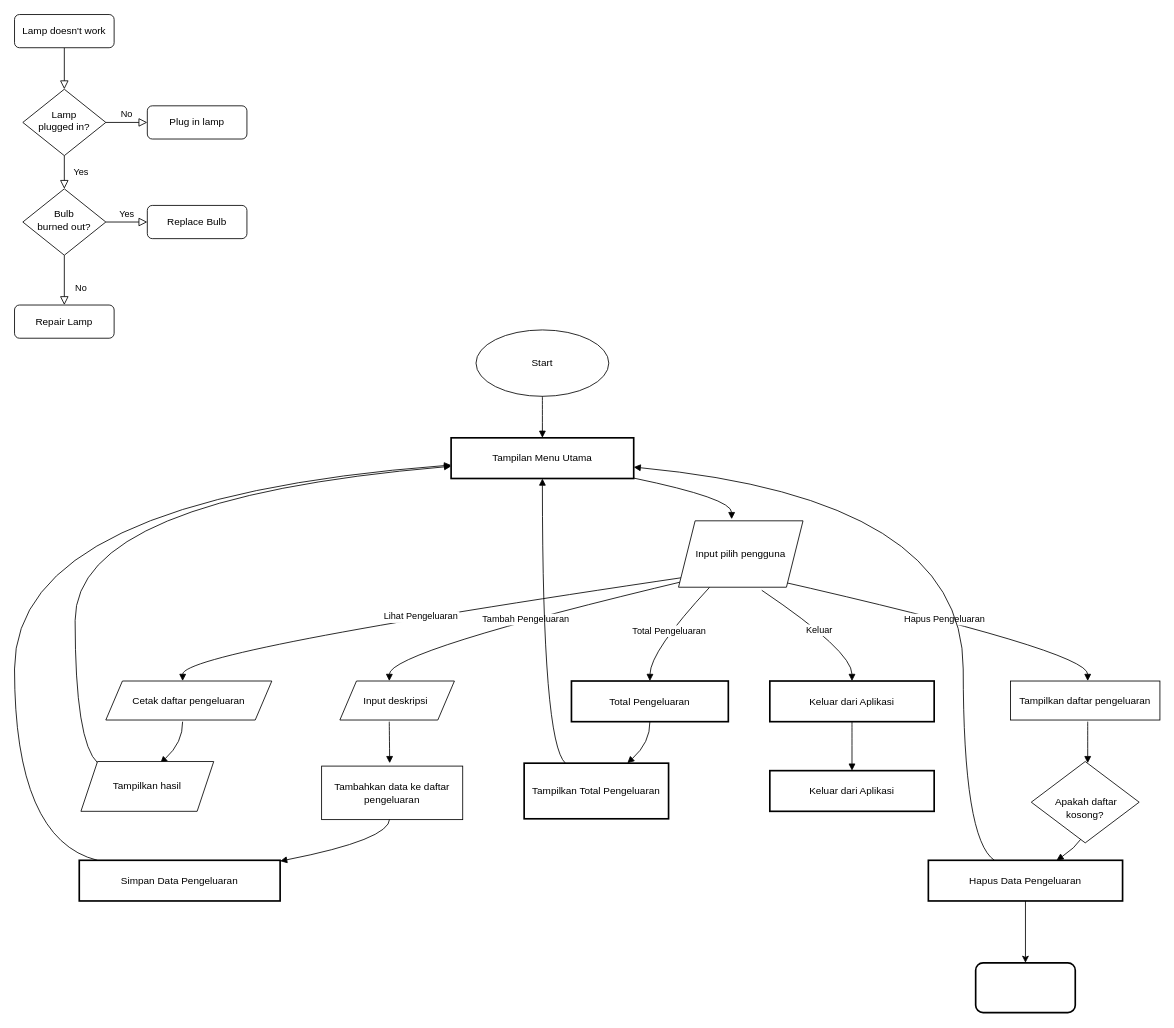
Above: Untitled Diagram.drawio in mutiii-star/Projek-OOP (draw.io), before the change. Source tidied: cells renumbered, new cells numbered last; positions are measured from the earlier drawing's top-left corner, leaving out a move shared by most shapes. Both pictures are drawn from the tidied source at 83%, with x=0, y=0 at pixel (14, 14).
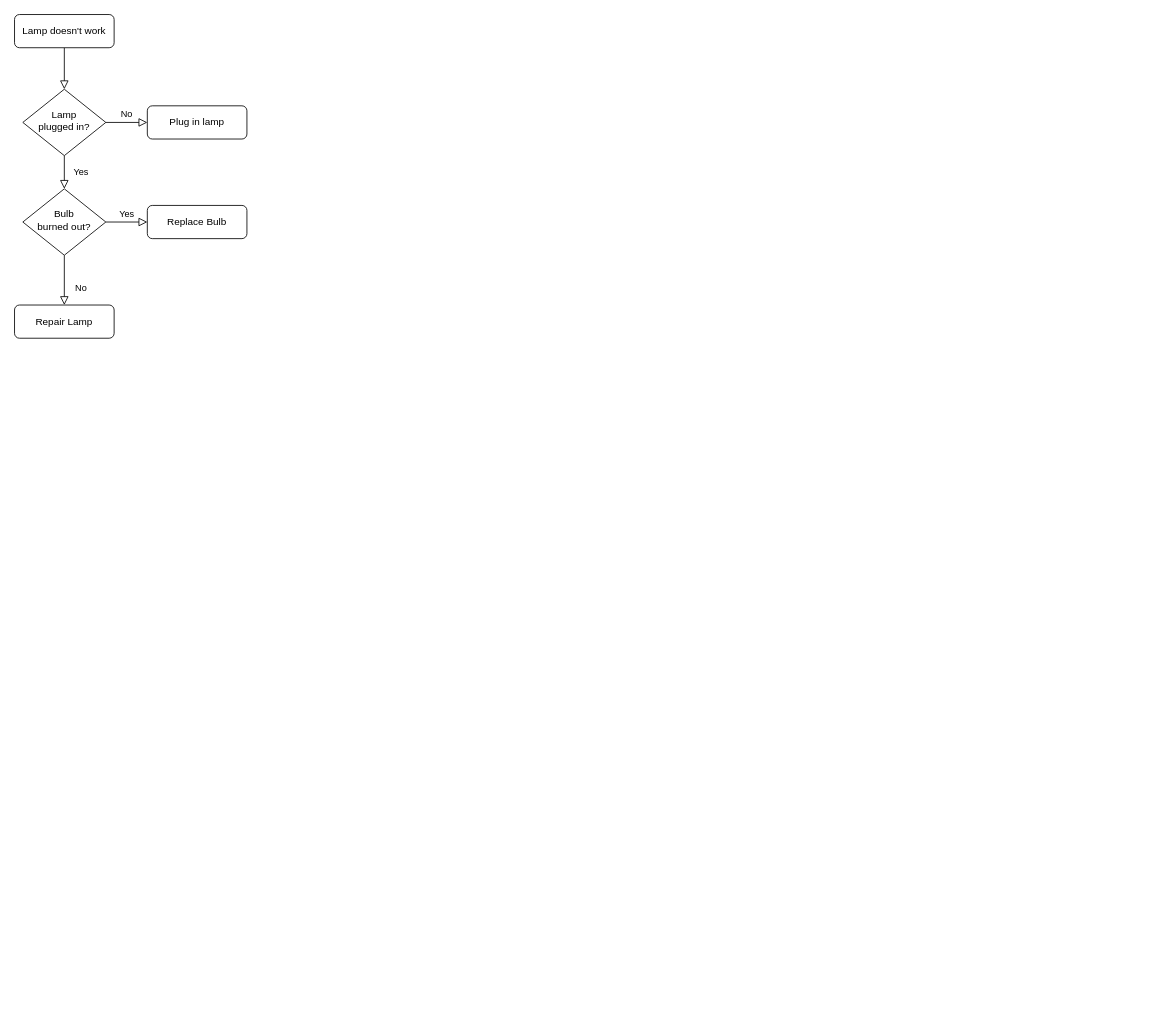
After the change.

What changed in the source:
```diff
@@
-    <mxCell id="13" value="Tampilan Menu Utama" style="whiteSpace=wrap;strokeWidth=2;" parent="1" vertex="1">
-      <mxGeometry x="526" y="510" width="220" height="49" as="geometry" />
-    </mxCell>
-    <mxCell id="14" value="Total Pengeluaran" style="whiteSpace=wrap;strokeWidth=2;" parent="1" vertex="1">
-      <mxGeometry x="671" y="803" width="189" height="49" as="geometry" />
-    </mxCell>
-    <mxCell id="15" value="Keluar dari Aplikasi" style="whiteSpace=wrap;strokeWidth=2;" parent="1" vertex="1">
-      <mxGeometry x="910" y="803" width="198" height="49" as="geometry" />
-    </mxCell>
-    <mxCell id="16" value="Simpan Data Pengeluaran" style="whiteSpace=wrap;strokeWidth=2;" parent="1" vertex="1">
-      <mxGeometry x="78" y="1019" width="242" height="49" as="geometry" />
-    </mxCell>
-    <mxCell id="17" style="edgeStyle=orthogonalEdgeStyle;rounded=0;jettySize=auto;html=1;" parent="1" edge="1" source="18" target="47">
-      <mxGeometry relative="1" as="geometry" />
-    </mxCell>
-    <mxCell id="18" value="Hapus Data Pengeluaran" style="whiteSpace=wrap;strokeWidth=2;" parent="1" vertex="1">
-      <mxGeometry x="1101" y="1019" width="234" height="49" as="geometry" />
-    </mxCell>
-    <mxCell id="19" value="Tampilkan Total Pengeluaran" style="whiteSpace=wrap;strokeWidth=2;" parent="1" vertex="1">
-      <mxGeometry x="614" y="902" width="174" height="67" as="geometry" />
-    </mxCell>
-    <mxCell id="20" value="Keluar dari Aplikasi" style="whiteSpace=wrap;strokeWidth=2;" parent="1" vertex="1">
-      <mxGeometry x="910" y="911" width="198" height="49" as="geometry" />
-    </mxCell>
-    <mxCell id="21" style="curved=1;startArrow=none;endArrow=block;exitX=0.5;exitY=1;entryX=0.5;entryY=0;rounded=0;" parent="1" edge="1" target="13">
-      <mxGeometry relative="1" as="geometry">
-        <mxPoint x="636" y="459" as="sourcePoint" />
-      </mxGeometry>
-    </mxCell>
-    <mxCell id="22" style="curved=1;startArrow=none;endArrow=block;exitX=1;exitY=0.99;entryX=0.5;entryY=0;rounded=0;" parent="1" edge="1" source="13">
-      <mxGeometry relative="1" as="geometry">
-        <mxPoint x="864" y="608" as="targetPoint" />
-        <Array as="points">
-          <mxPoint x="864" y="583" />
-        </Array>
-      </mxGeometry>
-    </mxCell>
-    <mxCell id="23" value="Tambah Pengeluaran" style="curved=1;startArrow=none;endArrow=block;exitX=0;exitY=0.62;entryX=0.5;entryY=0.01;rounded=0;" parent="1" edge="1">
-      <mxGeometry relative="1" as="geometry">
-        <mxPoint x="814.8" y="680.8" as="sourcePoint" />
-        <mxPoint x="451.5" y="803" as="targetPoint" />
-        <Array as="points">
-          <mxPoint x="452" y="767" />
-        </Array>
-      </mxGeometry>
-    </mxCell>
-    <mxCell id="24" value="Lihat Pengeluaran" style="curved=1;startArrow=none;endArrow=block;exitX=0;exitY=0.58;entryX=0.5;entryY=0.01;rounded=0;" parent="1" edge="1">
-      <mxGeometry relative="1" as="geometry">
-        <mxPoint x="811.4" y="677.4" as="sourcePoint" />
-        <mxPoint x="202.5" y="803" as="targetPoint" />
-        <Array as="points">
-          <mxPoint x="203" y="767" />
-        </Array>
-      </mxGeometry>
-    </mxCell>
-    <mxCell id="25" value="Hapus Pengeluaran" style="curved=1;startArrow=none;endArrow=block;exitX=1;exitY=0.62;entryX=0.5;entryY=0.01;rounded=0;" parent="1" edge="1">
-      <mxGeometry relative="1" as="geometry">
-        <mxPoint x="913.2" y="680.8" as="sourcePoint" />
-        <mxPoint x="1293" y="803" as="targetPoint" />
-        <Array as="points">
-          <mxPoint x="1293" y="767" />
-        </Array>
-      </mxGeometry>
-    </mxCell>
-    <mxCell id="26" value="Total Pengeluaran" style="curved=1;startArrow=none;endArrow=block;exitX=0.25;exitY=1;entryX=0.5;entryY=0.01;rounded=0;exitDx=0;exitDy=0;" parent="1" edge="1" source="40" target="14">
-      <mxGeometry relative="1" as="geometry">
-        <Array as="points">
-          <mxPoint x="766" y="767" />
-        </Array>
-      </mxGeometry>
-    </mxCell>
-    <mxCell id="27" value="Keluar" style="curved=1;startArrow=none;endArrow=block;exitX=1;exitY=0.84;entryX=0.5;entryY=0.01;rounded=0;" parent="1" edge="1" target="15">
-      <mxGeometry relative="1" as="geometry">
-        <mxPoint x="900.3" y="693.7" as="sourcePoint" />
-        <Array as="points">
-          <mxPoint x="1009" y="767" />
-        </Array>
-      </mxGeometry>
-    </mxCell>
-    <mxCell id="28" style="curved=1;startArrow=none;endArrow=block;exitX=0.5;exitY=1.01;entryX=0.5;entryY=0.01;rounded=0;" parent="1" edge="1">
-      <mxGeometry relative="1" as="geometry">
-        <mxPoint x="451.5" y="852" as="sourcePoint" />
-        <mxPoint x="452" y="902" as="targetPoint" />
-      </mxGeometry>
-    </mxCell>
-    <mxCell id="29" style="curved=1;startArrow=none;endArrow=block;exitX=0.5;exitY=1;entryX=1;entryY=0.02;rounded=0;" parent="1" edge="1" target="16">
-      <mxGeometry relative="1" as="geometry">
-        <mxPoint x="452" y="969" as="sourcePoint" />
-        <Array as="points">
-          <mxPoint x="452" y="994" />
-        </Array>
-      </mxGeometry>
-    </mxCell>
-    <mxCell id="30" style="curved=1;startArrow=none;endArrow=block;exitX=0.09;exitY=0;entryX=0;entryY=0.67;rounded=0;" parent="1" edge="1" source="16" target="13">
-      <mxGeometry relative="1" as="geometry">
-        <Array as="points">
-          <mxPoint y="994" />
-          <mxPoint y="583" />
-        </Array>
-      </mxGeometry>
-    </mxCell>
-    <mxCell id="31" style="curved=1;startArrow=none;endArrow=block;exitX=0.5;exitY=1.01;entryX=0.7;entryY=0.01;rounded=0;" parent="1" edge="1">
-      <mxGeometry relative="1" as="geometry">
-        <mxPoint x="202.5" y="852" as="sourcePoint" />
-        <mxPoint x="175.6" y="902" as="targetPoint" />
-        <Array as="points">
-          <mxPoint x="203" y="877" />
-        </Array>
-      </mxGeometry>
-    </mxCell>
-    <mxCell id="32" style="curved=1;startArrow=none;endArrow=block;exitX=0.3;exitY=0.01;entryX=0;entryY=0.7;rounded=0;" parent="1" edge="1" target="13">
-      <mxGeometry relative="1" as="geometry">
-        <mxPoint x="100.4" y="902" as="sourcePoint" />
-        <Array as="points">
-          <mxPoint x="73" y="877" />
-          <mxPoint x="73" y="583" />
-        </Array>
-      </mxGeometry>
-    </mxCell>
-    <mxCell id="33" style="curved=1;startArrow=none;endArrow=block;exitX=0.5;exitY=1.01;entryX=0.5;entryY=0.01;rounded=0;" parent="1" edge="1">
-      <mxGeometry relative="1" as="geometry">
-        <mxPoint x="1293" y="852" as="sourcePoint" />
-        <mxPoint x="1293" y="902" as="targetPoint" />
-      </mxGeometry>
-    </mxCell>
-    <mxCell id="34" style="curved=1;startArrow=none;endArrow=block;exitX=0.5;exitY=1;entryX=0.66;entryY=0;rounded=0;" parent="1" edge="1" target="18">
-      <mxGeometry relative="1" as="geometry">
-        <mxPoint x="1293" y="969" as="sourcePoint" />
-        <Array as="points">
-          <mxPoint x="1293" y="994" />
-        </Array>
-      </mxGeometry>
-    </mxCell>
-    <mxCell id="35" style="curved=1;startArrow=none;endArrow=block;exitX=0.34;exitY=0;entryX=1;entryY=0.72;rounded=0;" parent="1" edge="1" source="18" target="13">
-      <mxGeometry relative="1" as="geometry">
-        <Array as="points">
-          <mxPoint x="1143" y="994" />
-          <mxPoint x="1143" y="583" />
-        </Array>
-      </mxGeometry>
-    </mxCell>
-    <mxCell id="36" style="curved=1;startArrow=none;endArrow=block;exitX=0.5;exitY=1.01;entryX=0.71;entryY=0.01;rounded=0;" parent="1" edge="1" source="14" target="19">
-      <mxGeometry relative="1" as="geometry">
-        <Array as="points">
-          <mxPoint x="766" y="877" />
-        </Array>
-      </mxGeometry>
-    </mxCell>
-    <mxCell id="37" style="curved=1;startArrow=none;endArrow=block;exitX=0.29;exitY=0.01;entryX=0.5;entryY=1;rounded=0;" parent="1" edge="1" source="19" target="13">
-      <mxGeometry relative="1" as="geometry">
-        <Array as="points">
-          <mxPoint x="636" y="877" />
-        </Array>
-      </mxGeometry>
-    </mxCell>
-    <mxCell id="38" style="curved=1;startArrow=none;endArrow=block;exitX=0.5;exitY=1.01;entryX=0.5;entryY=0;rounded=0;" parent="1" edge="1" source="15" target="20">
-      <mxGeometry relative="1" as="geometry" />
-    </mxCell>
-    <mxCell id="39" value="Start" style="ellipse;whiteSpace=wrap;html=1;" parent="1" vertex="1">
-      <mxGeometry x="556" y="380" width="160" height="80" as="geometry" />
-    </mxCell>
-    <mxCell id="40" value="Input pilih pengguna" style="shape=parallelogram;perimeter=parallelogramPerimeter;whiteSpace=wrap;html=1;fixedSize=1;" parent="1" vertex="1">
-      <mxGeometry x="800" y="610" width="150" height="80" as="geometry" />
-    </mxCell>
-    <mxCell id="41" value="Tampilkan hasil" style="shape=parallelogram;perimeter=parallelogramPerimeter;whiteSpace=wrap;html=1;fixedSize=1;" parent="1" vertex="1">
-      <mxGeometry x="80" y="900" width="160" height="60" as="geometry" />
-    </mxCell>
-    <mxCell id="42" value="Input deskripsi&amp;nbsp;" style="shape=parallelogram;perimeter=parallelogramPerimeter;whiteSpace=wrap;html=1;fixedSize=1;" parent="1" vertex="1">
-      <mxGeometry x="392" y="803" width="138" height="47" as="geometry" />
-    </mxCell>
-    <mxCell id="43" style="edgeStyle=orthogonalEdgeStyle;rounded=0;orthogonalLoop=1;jettySize=auto;html=1;exitX=0.5;exitY=1;exitDx=0;exitDy=0;" parent="1" edge="1" source="42" target="42">
-      <mxGeometry relative="1" as="geometry" />
-    </mxCell>
-    <mxCell id="44" value="Cetak daftar pengeluaran" style="shape=parallelogram;perimeter=parallelogramPerimeter;whiteSpace=wrap;html=1;fixedSize=1;" parent="1" vertex="1">
-      <mxGeometry x="110" y="803" width="200" height="47" as="geometry" />
-    </mxCell>
-    <mxCell id="45" value="Tambahkan data ke daftar pengeluaran" style="rounded=0;whiteSpace=wrap;html=1;" parent="1" vertex="1">
-      <mxGeometry x="370" y="905.5" width="170" height="64.5" as="geometry" />
-    </mxCell>
-    <mxCell id="46" value="Tampilkan daftar pengeluaran" style="rounded=0;whiteSpace=wrap;html=1;" parent="1" vertex="1">
-      <mxGeometry x="1200" y="803" width="180" height="47" as="geometry" />
-    </mxCell>
-    <mxCell id="47" style="rounded=1;whiteSpace=wrap;html=1;strokeWidth=2;" parent="1" vertex="1">
-      <mxGeometry x="1158" y="1142.5" width="120" height="60" as="geometry" />
-    </mxCell>
-    <mxCell id="48" value="&lt;br&gt;&lt;div&gt;&amp;nbsp; Apakah daftar&amp;nbsp;&lt;/div&gt;&lt;div&gt;kosong?&lt;/div&gt;" style="rhombus;whiteSpace=wrap;html=1;" parent="1" vertex="1">
-      <mxGeometry x="1225" y="900" width="130" height="98" as="geometry" />
-    </mxCell>
```
